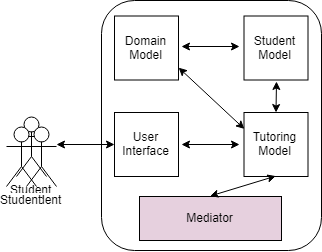
Above: DGA1033/pp1.png in dungdovu/DGA1031 (draw.io), before the change. Source tidied: cells renumbered, new cells last; positions are measured from the earlier drawing's top-left corner, leaving out a move shared by most shapes. The source it was exported from:
```xml
<mxGraphModel>
  <root>
    <mxCell id="0" />
    <mxCell id="1" parent="0" />
    <mxCell id="2" style="rounded=1;whiteSpace=wrap;html=1;" parent="1" vertex="1">
      <mxGeometry x="95" width="220" height="250" as="geometry" />
    </mxCell>
    <mxCell id="3" value="Domain Model" style="whiteSpace=wrap;html=1;" parent="1" vertex="1">
      <mxGeometry x="108" y="15.5" width="64" height="64" as="geometry" />
    </mxCell>
    <mxCell id="4" value="Student Model" style="whiteSpace=wrap;html=1;" parent="1" vertex="1">
      <mxGeometry x="237.5" y="15.5" width="64" height="64" as="geometry" />
    </mxCell>
    <mxCell id="5" value="User Interface" style="whiteSpace=wrap;html=1;" parent="1" vertex="1">
      <mxGeometry x="108" y="112" width="64" height="64" as="geometry" />
    </mxCell>
    <mxCell id="6" value="Tutoring Model" style="whiteSpace=wrap;html=1;" parent="1" vertex="1">
      <mxGeometry x="237.5" y="112" width="64" height="64" as="geometry" />
    </mxCell>
    <mxCell id="7" value="Student" style="shape=umlActor;verticalLabelPosition=bottom;labelBackgroundColor=#ffffff;verticalAlign=top;html=1;" parent="1" vertex="1">
      <mxGeometry x="10" y="116" width="30" height="60" as="geometry" />
    </mxCell>
    <mxCell id="8" style="endArrow=classic;startArrow=classic;html=1;" parent="1" edge="1" target="5">
      <mxGeometry relative="1" as="geometry">
        <mxPoint x="50" y="144" as="sourcePoint" />
      </mxGeometry>
    </mxCell>
    <mxCell id="9" style="endArrow=classic;startArrow=classic;html=1;" parent="1" edge="1">
      <mxGeometry relative="1" as="geometry">
        <mxPoint x="175" y="144" as="sourcePoint" />
        <mxPoint x="233" y="144" as="targetPoint" />
      </mxGeometry>
    </mxCell>
    <mxCell id="10" style="endArrow=classic;startArrow=classic;html=1;" parent="1" edge="1">
      <mxGeometry relative="1" as="geometry">
        <mxPoint x="175" y="46" as="sourcePoint" />
        <mxPoint x="233" y="46" as="targetPoint" />
      </mxGeometry>
    </mxCell>
    <mxCell id="11" style="endArrow=classic;startArrow=classic;html=1;entryX=0;entryY=0.25;entryDx=0;entryDy=0;exitX=0;exitY=0.25;exitDx=0;exitDy=0;" parent="1" edge="1" source="6">
      <mxGeometry relative="1" as="geometry">
        <mxPoint x="172.2" y="67.2" as="targetPoint" />
      </mxGeometry>
    </mxCell>
    <mxCell id="12" style="endArrow=classic;startArrow=classic;html=1;" parent="1" edge="1">
      <mxGeometry relative="1" as="geometry">
        <mxPoint x="270" y="81" as="sourcePoint" />
        <mxPoint x="269.5" y="112" as="targetPoint" />
      </mxGeometry>
    </mxCell>
    <mxCell id="13" value="Student" style="shape=umlActor;verticalLabelPosition=bottom;labelBackgroundColor=#ffffff;verticalAlign=top;html=1;" parent="1" vertex="1">
      <mxGeometry x="20" y="126" width="30" height="60" as="geometry" />
    </mxCell>
    <mxCell id="14" value="Student" style="shape=umlActor;verticalLabelPosition=bottom;labelBackgroundColor=#ffffff;verticalAlign=top;html=1;" parent="1" vertex="1">
      <mxGeometry y="126" width="30" height="60" as="geometry" />
    </mxCell>
    <mxCell id="15" value="Mediator" style="rounded=0;whiteSpace=wrap;html=1;fillColor=#E6D0DE;" parent="1" vertex="1">
      <mxGeometry x="133" y="196" width="142" height="44" as="geometry" />
    </mxCell>
    <mxCell id="16" style="endArrow=classic;startArrow=classic;html=1;entryX=0.5;entryY=0;entryDx=0;entryDy=0;exitX=0.5;exitY=1;exitDx=0;exitDy=0;" parent="1" edge="1" source="6" target="15">
      <mxGeometry relative="1" as="geometry" />
    </mxCell>
  </root>
</mxGraphModel>
```
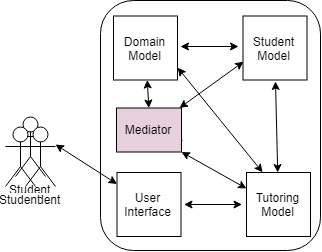
The same diagram one commit later.

The edit, as a diff of the source:
```diff
@@ -12,10 +12,10 @@
       <mxGeometry x="237.5" y="15.5" width="64" height="64" as="geometry" />
     </mxCell>
     <mxCell id="5" value="User Interface" style="whiteSpace=wrap;html=1;" parent="1" vertex="1">
-      <mxGeometry x="108" y="112" width="64" height="64" as="geometry" />
+      <mxGeometry x="111.5" y="172" width="64" height="64" as="geometry" />
     </mxCell>
     <mxCell id="6" value="Tutoring Model" style="whiteSpace=wrap;html=1;" parent="1" vertex="1">
-      <mxGeometry x="237.5" y="112" width="64" height="64" as="geometry" />
+      <mxGeometry x="241" y="172" width="64" height="64" as="geometry" />
     </mxCell>
     <mxCell id="7" value="Student" style="shape=umlActor;verticalLabelPosition=bottom;labelBackgroundColor=#ffffff;verticalAlign=top;html=1;" parent="1" vertex="1">
       <mxGeometry x="10" y="116" width="30" height="60" as="geometry" />
@@ -27,8 +27,8 @@
     </mxCell>
     <mxCell id="9" style="endArrow=classic;startArrow=classic;html=1;" parent="1" edge="1">
       <mxGeometry relative="1" as="geometry">
-        <mxPoint x="175" y="144" as="sourcePoint" />
-        <mxPoint x="233" y="144" as="targetPoint" />
+        <mxPoint x="178.5" y="204" as="sourcePoint" />
+        <mxPoint x="236.5" y="204" as="targetPoint" />
       </mxGeometry>
     </mxCell>
     <mxCell id="10" style="endArrow=classic;startArrow=classic;html=1;" parent="1" edge="1">
@@ -37,15 +37,17 @@
         <mxPoint x="233" y="46" as="targetPoint" />
       </mxGeometry>
     </mxCell>
-    <mxCell id="11" style="endArrow=classic;startArrow=classic;html=1;entryX=0;entryY=0.25;entryDx=0;entryDy=0;exitX=0;exitY=0.25;exitDx=0;exitDy=0;" parent="1" edge="1" source="6">
+    <mxCell id="11" style="endArrow=classic;startArrow=classic;html=1;entryX=0;entryY=0.25;entryDx=0;entryDy=0;exitX=0.25;exitY=0;exitDx=0;exitDy=0;" parent="1" edge="1" source="6">
       <mxGeometry relative="1" as="geometry">
         <mxPoint x="172.2" y="67.2" as="targetPoint" />
+        <Array as="points">
+          <mxPoint x="215" y="120" />
+        </Array>
       </mxGeometry>
     </mxCell>
-    <mxCell id="12" style="endArrow=classic;startArrow=classic;html=1;" parent="1" edge="1">
+    <mxCell id="12" style="endArrow=classic;startArrow=classic;html=1;" parent="1" edge="1" target="6">
       <mxGeometry relative="1" as="geometry">
         <mxPoint x="270" y="81" as="sourcePoint" />
-        <mxPoint x="269.5" y="112" as="targetPoint" />
       </mxGeometry>
     </mxCell>
     <mxCell id="13" value="Student" style="shape=umlActor;verticalLabelPosition=bottom;labelBackgroundColor=#ffffff;verticalAlign=top;html=1;" parent="1" vertex="1">
@@ -54,11 +56,26 @@
     <mxCell id="14" value="Student" style="shape=umlActor;verticalLabelPosition=bottom;labelBackgroundColor=#ffffff;verticalAlign=top;html=1;" parent="1" vertex="1">
       <mxGeometry y="126" width="30" height="60" as="geometry" />
     </mxCell>
-    <mxCell id="15" value="Mediator" style="rounded=0;whiteSpace=wrap;html=1;fillColor=#E6D0DE;" parent="1" vertex="1">
-      <mxGeometry x="133" y="196" width="142" height="44" as="geometry" />
+    <mxCell id="15" style="endArrow=classic;startArrow=classic;html=1;entryX=0.5;entryY=0;entryDx=0;entryDy=0;" parent="1" edge="1" source="3" target="18">
+      <mxGeometry relative="1" as="geometry" />
     </mxCell>
-    <mxCell id="16" style="endArrow=classic;startArrow=classic;html=1;entryX=0.5;entryY=0;entryDx=0;entryDy=0;exitX=0.5;exitY=1;exitDx=0;exitDy=0;" parent="1" edge="1" source="6" target="15">
-      <mxGeometry relative="1" as="geometry" />
+    <mxCell id="16" style="endArrow=classic;startArrow=classic;html=1;entryX=0;entryY=0.25;entryDx=0;entryDy=0;" parent="1" edge="1" target="6">
+      <mxGeometry relative="1" as="geometry">
+        <mxPoint x="176" y="151.5" as="sourcePoint" />
+      </mxGeometry>
     </mxCell>
+    <mxCell id="17" style="endArrow=classic;startArrow=classic;html=1;" parent="1" edge="1" source="18">
+      <mxGeometry relative="1" as="geometry">
+        <mxPoint x="168" y="140" as="targetPoint" />
+      </mxGeometry>
+    </mxCell>
+    <mxCell id="18" value="Mediator" style="rounded=0;whiteSpace=wrap;html=1;fillColor=#E6D0DE;" parent="1" vertex="1">
+      <mxGeometry x="111" y="107.5" width="65" height="44" as="geometry" />
+    </mxCell>
+    <mxCell id="19" style="endArrow=classic;startArrow=classic;html=1;" parent="1" edge="1" target="18">
+      <mxGeometry relative="1" as="geometry">
+        <mxPoint x="238" y="61.2" as="sourcePoint" />
+      </mxGeometry>
+    </mxCell>
   </root>
 </mxGraphModel>
```
